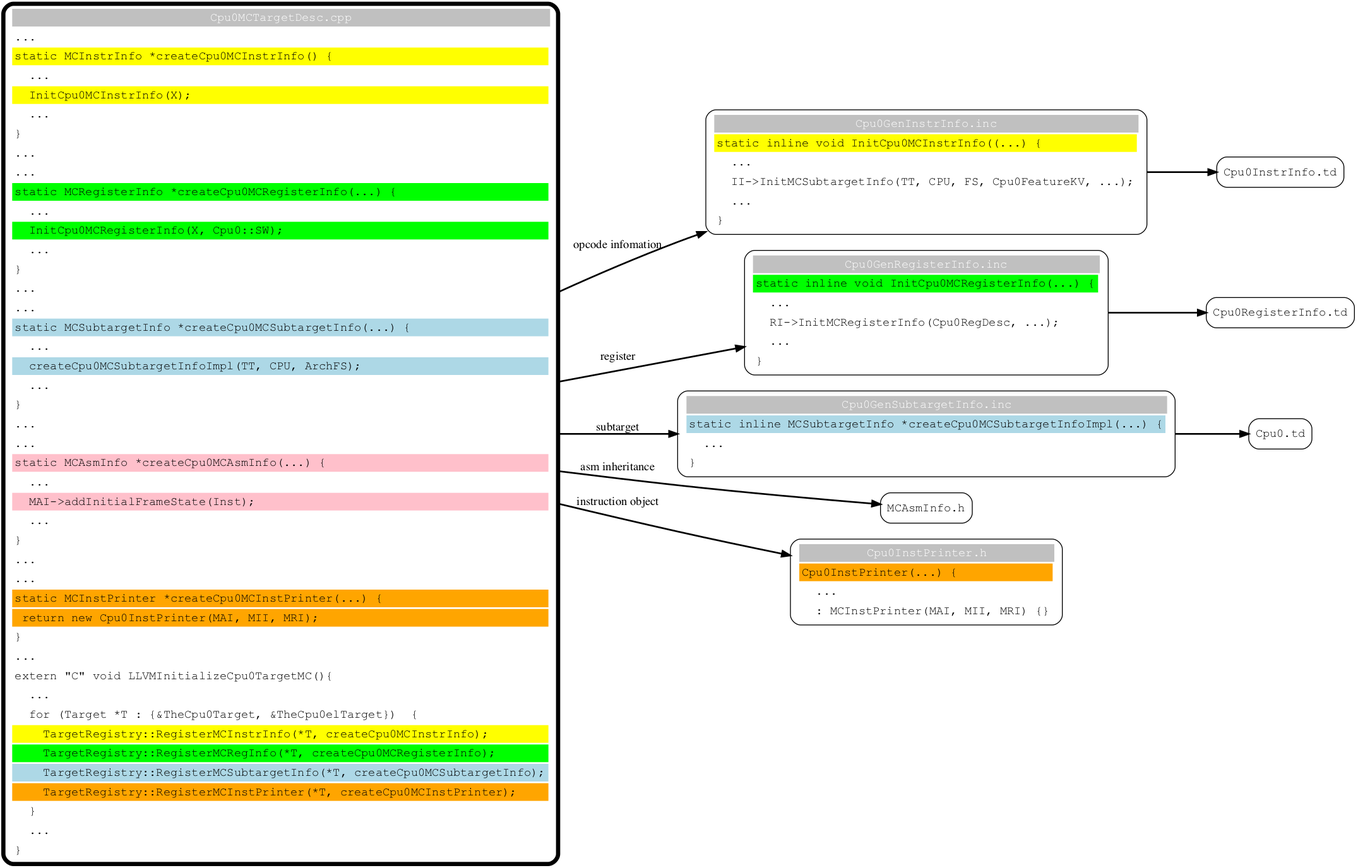
Jonathan2251/lbd keeps this Graphviz diagram as Fig/backendstructure/dyn_reg.png. Above is the earlier version. Its source is kept beside it as Fig/backendstructure/dyn_reg.gv.
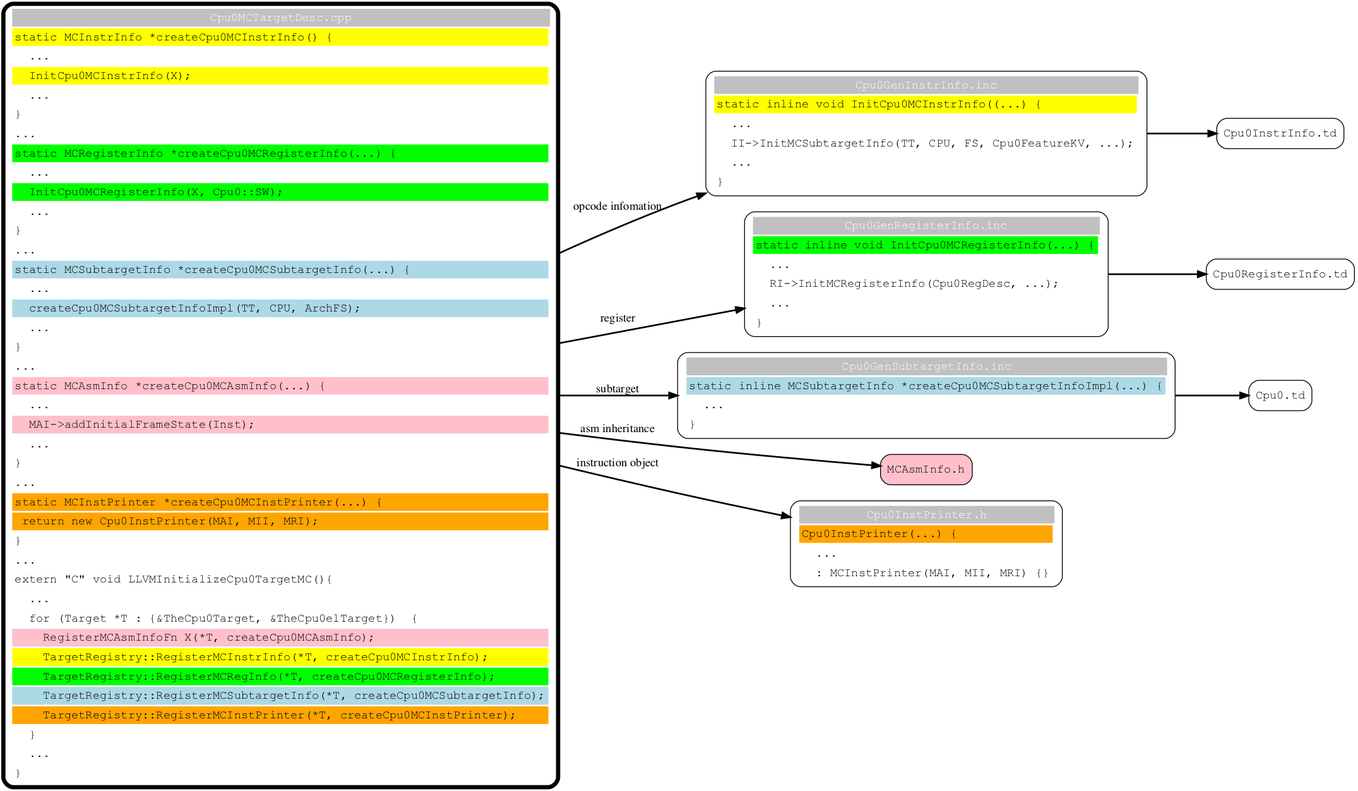
After the commit.

Diff of the diagram source:
```diff
@@ -4,17 +4,17 @@
   graph [fontsize=30 labelloc="t" label="" splines=true overlap=false rankdir = "LR"];
   ratio = auto;
   "state0" [ style = "filled, bold" penwidth = 5 fillcolor = "white" fontname = "Courier New" shape = "Mrecord" label =<<table border="0" cellborder="0" cellpadding="3" bgcolor="white"><tr><td bgcolor="grey" align="center" colspan="2"><font color="white">Cpu0MCTargetDesc.cpp</font></td></tr>
-    <tr><td align="left">...</td></tr><tr><td align="left" bgcolor="yellow">static MCInstrInfo *createCpu0MCInstrInfo() \{</td></tr><tr><td align="left">  ...</td></tr><tr><td align="left" bgcolor="yellow">  InitCpu0MCInstrInfo(X);</td></tr><tr><td align="left">  ...</td></tr><tr><td align="left">\}</td></tr><tr><td align="left">...</td></tr>
-    <tr><td align="left">...</td></tr><tr><td align="left" bgcolor="green">static MCRegisterInfo *createCpu0MCRegisterInfo(...) \{</td></tr><tr><td align="left">  ...</td></tr><tr><td align="left" bgcolor="green">  InitCpu0MCRegisterInfo(X, Cpu0::SW);</td></tr><tr><td align="left">  ...</td></tr><tr><td align="left">\}</td></tr><tr><td align="left">...</td></tr>
-    <tr><td align="left">...</td></tr><tr><td align="left" bgcolor="lightblue">static MCSubtargetInfo *createCpu0MCSubtargetInfo(...) \{</td></tr><tr><td align="left">  ...</td></tr><tr><td align="left" bgcolor="lightblue">  createCpu0MCSubtargetInfoImpl(TT, CPU, ArchFS);</td></tr><tr><td align="left">  ...</td></tr><tr><td align="left">\}</td></tr><tr><td align="left">...</td></tr>
-    <tr><td align="left">...</td></tr><tr><td align="left" bgcolor="pink">static MCAsmInfo *createCpu0MCAsmInfo(...) \{</td></tr><tr><td align="left">  ...</td></tr><tr><td align="left" bgcolor="pink">  MAI-&gt;addInitialFrameState(Inst);</td></tr><tr><td align="left">  ...</td></tr><tr><td align="left">\}</td></tr><tr><td align="left">...</td></tr>
-    <tr><td align="left">...</td></tr><tr><td align="left" bgcolor="orange">static MCInstPrinter *createCpu0MCInstPrinter(...) \{</td></tr><tr><td align="left" bgcolor="orange"> return new Cpu0InstPrinter(MAI, MII, MRI);</td></tr><tr><td align="left">\}</td></tr><tr><td align="left">...</td></tr>
-    <tr><td align="left">extern "C" void LLVMInitializeCpu0TargetMC()\{ </td></tr><tr><td align="left">  ...</td></tr><tr><td align="left">  for (Target *T : \{&#38;TheCpu0Target, &#38;TheCpu0elTarget\})  \{</td></tr><tr><td align="left" bgcolor="yellow">    TargetRegistry::RegisterMCInstrInfo(*T, createCpu0MCInstrInfo);</td></tr><tr><td align="left" bgcolor="green">    TargetRegistry::RegisterMCRegInfo(*T, createCpu0MCRegisterInfo);</td></tr><tr><td align="left" bgcolor="lightblue">    TargetRegistry::RegisterMCSubtargetInfo(*T, createCpu0MCSubtargetInfo);</td></tr><tr><td align="left" bgcolor="orange">    TargetRegistry::RegisterMCInstPrinter(*T, createCpu0MCInstPrinter);</td></tr><tr><td align="left">  \}</td></tr><tr><td align="left">  ...</td></tr><tr><td align="left">\}</td></tr>
+    <tr><td align="left" bgcolor="yellow">static MCInstrInfo *createCpu0MCInstrInfo() \{</td></tr><tr><td align="left">  ...</td></tr><tr><td align="left" bgcolor="yellow" port="r1">  InitCpu0MCInstrInfo(X);</td></tr><tr><td align="left">  ...</td></tr><tr><td align="left">\}</td></tr><tr><td align="left">...</td></tr>
+    <tr><td align="left" bgcolor="green">static MCRegisterInfo *createCpu0MCRegisterInfo(...) \{</td></tr><tr><td align="left">  ...</td></tr><tr><td align="left" bgcolor="green">  InitCpu0MCRegisterInfo(X, Cpu0::SW);</td></tr><tr><td align="left">  ...</td></tr><tr><td align="left">\}</td></tr><tr><td align="left">...</td></tr>
+    <tr><td align="left" bgcolor="lightblue">static MCSubtargetInfo *createCpu0MCSubtargetInfo(...) \{</td></tr><tr><td align="left">  ...</td></tr><tr><td align="left" bgcolor="lightblue">  createCpu0MCSubtargetInfoImpl(TT, CPU, ArchFS);</td></tr><tr><td align="left">  ...</td></tr><tr><td align="left">\}</td></tr><tr><td align="left">...</td></tr>
+    <tr><td align="left" bgcolor="pink">static MCAsmInfo *createCpu0MCAsmInfo(...) \{</td></tr><tr><td align="left">  ...</td></tr><tr><td align="left" bgcolor="pink">  MAI-&gt;addInitialFrameState(Inst);</td></tr><tr><td align="left">  ...</td></tr><tr><td align="left">\}</td></tr><tr><td align="left">...</td></tr>
+    <tr><td align="left" bgcolor="orange">static MCInstPrinter *createCpu0MCInstPrinter(...) \{</td></tr><tr><td align="left" bgcolor="orange"> return new Cpu0InstPrinter(MAI, MII, MRI);</td></tr><tr><td align="left">\}</td></tr><tr><td align="left">...</td></tr>
+    <tr><td align="left">extern "C" void LLVMInitializeCpu0TargetMC()\{ </td></tr><tr><td align="left">  ...</td></tr><tr><td align="left">  for (Target *T : \{&#38;TheCpu0Target, &#38;TheCpu0elTarget\})  \{</td></tr><tr><td align="left" bgcolor="pink">    RegisterMCAsmInfoFn X(*T, createCpu0MCAsmInfo);</td></tr><tr><td align="left" bgcolor="yellow">    TargetRegistry::RegisterMCInstrInfo(*T, createCpu0MCInstrInfo);</td></tr><tr><td align="left" bgcolor="green">    TargetRegistry::RegisterMCRegInfo(*T, createCpu0MCRegisterInfo);</td></tr><tr><td align="left" bgcolor="lightblue">    TargetRegistry::RegisterMCSubtargetInfo(*T, createCpu0MCSubtargetInfo);</td></tr><tr><td align="left" bgcolor="orange">    TargetRegistry::RegisterMCInstPrinter(*T, createCpu0MCInstPrinter);</td></tr><tr><td align="left">  \}</td></tr><tr><td align="left">  ...</td></tr><tr><td align="left">\}</td></tr>
     </table>> ];
   "state2" [ style = "filled" penwidth = 1 fillcolor = "white" fontname = "Courier New" shape = "Mrecord" label =<<table border="0" cellborder="0" cellpadding="3" bgcolor="white"><tr><td bgcolor="grey" align="center" colspan="2"><font color="white">Cpu0GenInstrInfo.inc</font></td></tr><tr><td align="left" bgcolor="yellow" port="r0">static inline void InitCpu0MCInstrInfo((...) \{</td></tr><tr><td align="left">  ...</td></tr><tr><td align="left">  II-&gt;InitMCSubtargetInfo(TT, CPU, FS, Cpu0FeatureKV, ...);</td></tr><tr><td align="left">  ...</td></tr><tr><td align="left">\}</td></tr></table>> ];
   "state3" [ style = "filled" penwidth = 1 fillcolor = "white" fontname = "Courier New" shape = "Mrecord" label =<<table border="0" cellborder="0" cellpadding="3" bgcolor="white"><tr><td bgcolor="grey" align="center" colspan="2"><font color="white">Cpu0GenRegisterInfo.inc</font></td></tr><tr><td align="left" bgcolor="green" port="r0">static inline void InitCpu0MCRegisterInfo(...) \{</td></tr><tr><td align="left">  ...</td></tr><tr><td align="left">  RI-&gt;InitMCRegisterInfo(Cpu0RegDesc, ...);</td></tr><tr><td align="left">  ...</td></tr><tr><td align="left">\}</td></tr></table>> ];
   "state4" [ style = "filled" penwidth = 1 fillcolor = "white" fontname = "Courier New" shape = "Mrecord" label =<<table border="0" cellborder="0" cellpadding="3" bgcolor="white"><tr><td bgcolor="grey" align="center" colspan="2"><font color="white">Cpu0GenSubtargetInfo.inc</font></td></tr><tr><td align="left" bgcolor="lightblue" port="r0">static inline MCSubtargetInfo *createCpu0MCSubtargetInfoImpl(...) \{</td></tr><tr><td align="left">  ...</td></tr><tr><td align="left">\}</td></tr></table>> ];
-  "state5" [ style = "filled" penwidth = 1 fillcolor = "white" fontname = "Courier New" shape = "Mrecord" label ="MCAsmInfo.h" ];
+  "state5" [ style = "filled" penwidth = 1 fillcolor = "pink" fontname = "Courier New" shape = "Mrecord" label ="MCAsmInfo.h" ];
   "state6" [ style = "filled" penwidth = 1 fillcolor = "white" fontname = "Courier New" shape = "Mrecord" label =<<table border="0" cellborder="0" cellpadding="3" bgcolor="white"><tr><td bgcolor="grey" align="center" colspan="2"><font color="white">Cpu0InstPrinter.h</font></td></tr><tr><td align="left" bgcolor="orange" port="r0">Cpu0InstPrinter(...) \{</td></tr><tr><td align="left">  ...</td></tr><tr><td align="left">  : MCInstPrinter(MAI, MII, MRI) \{\}</td></tr></table>> ];
 
   "state11" [ style = "filled" penwidth = 1 fillcolor = "white" fontname = "Courier New" shape = "Mrecord" label ="Cpu0InstrInfo.td" ];
```
